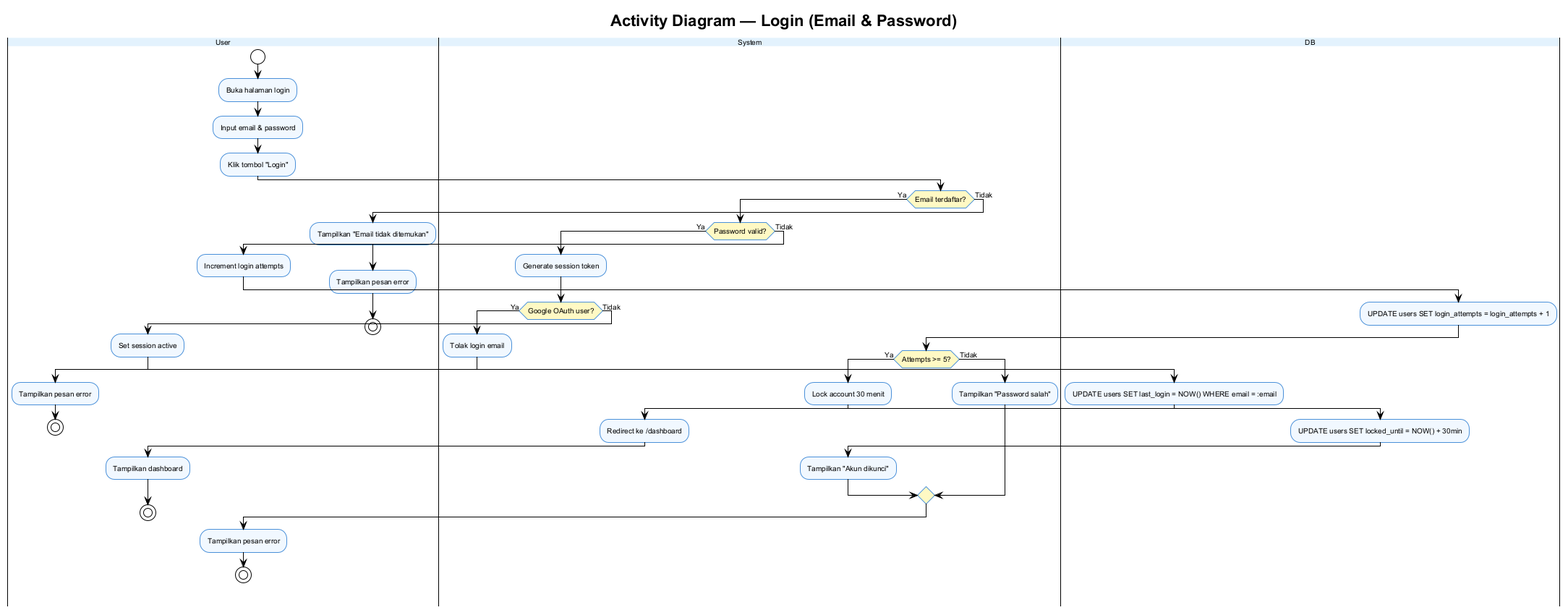
riandafatur28/sidigas-gaji-sopir-truck keeps this PlantUML diagram as diagrams/activity/activity-login.png. Above is the earlier version.
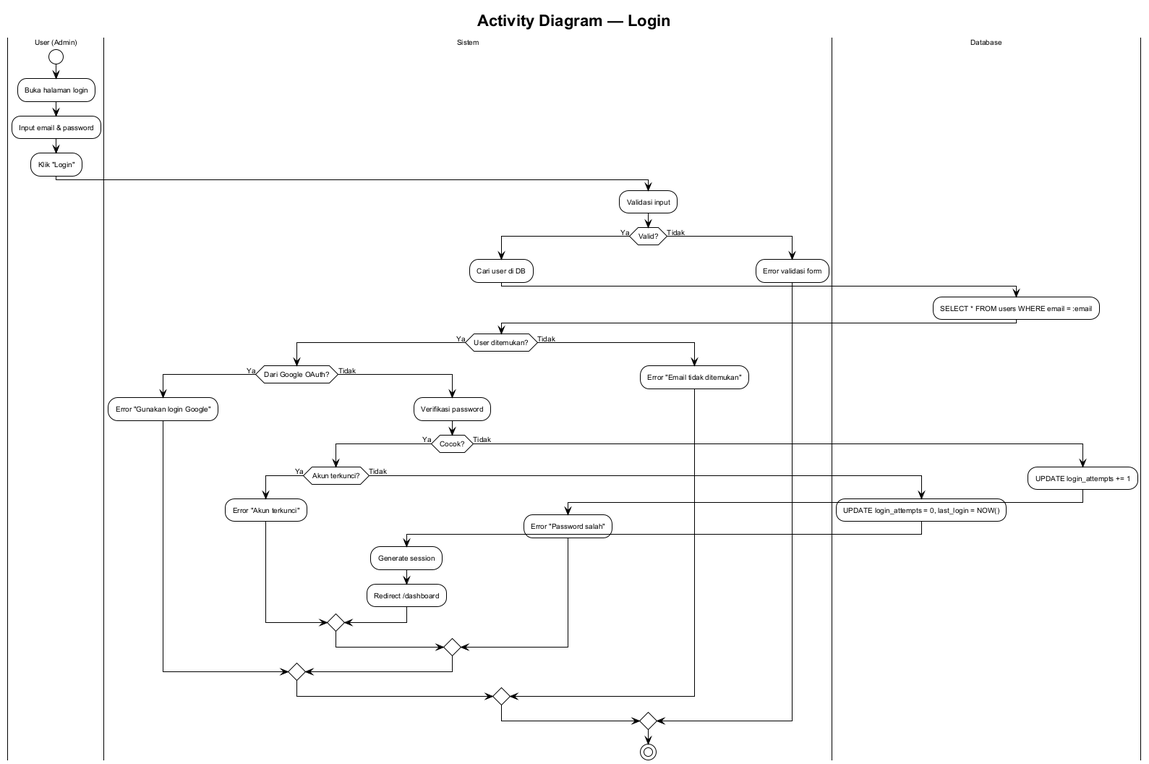
After the change.

What changed in the source:
```diff
@@ -3,66 +3,52 @@
 skinparam backgroundColor #ffffff
 skinparam defaultFontSize 10
 skinparam defaultFontName Arial
-skinparam activity {
-  BackgroundColor #F1F8FF
-  BorderColor #4A90D9
-  DiamondBackgroundColor #FFF9C4
-}
-skinparam swimlane {
-  BackgroundColor #FAFAFA
-  TitleBackgroundColor #E3F2FD
-}
 
-title Activity Diagram — Login (Email & Password)
+title Activity Diagram — Login
 
-|User|
+|User (Admin)|
 start
 :Buka halaman login;
 :Input email & password;
-:Klik tombol "Login";
+:Klik "Login";
 
-|System|
-if (Email terdaftar?) then (Ya)
-  if (Password valid?) then (Ya)
-    :Generate session token;
-    if (Google OAuth user?) then (Ya)
-      :Tolak login email;
-      |User|
-      :Tampilkan pesan error;
-      stop
+|Sistem|
+:Validasi input;
+if (Valid?) then (Ya)
+  :Cari user di DB;
+
+  |Database|
+  :SELECT * FROM users WHERE email = :email;
+
+  |Sistem|
+  if (User ditemukan?) then (Ya)
+    if (Dari Google OAuth?) then (Ya)
+      :Error "Gunakan login Google";
     else (Tidak)
-      :Set session active;
-      |DB|
-      :UPDATE users SET last_login = NOW() WHERE email = :email;
-      |System|
-      :Redirect ke /dashboard;
-      |User|
-      :Tampilkan dashboard;
-      stop
+      :Verifikasi password;
+      if (Cocok?) then (Ya)
+        if (Akun terkunci?) then (Ya)
+          :Error "Akun terkunci";
+        else (Tidak)
+          |Database|
+          :UPDATE login_attempts = 0, last_login = NOW();
+          |Sistem|
+          :Generate session;
+          :Redirect /dashboard;
+        endif
+      else (Tidak)
+        |Database|
+        :UPDATE login_attempts += 1;
+        |Sistem|
+        :Error "Password salah";
+      endif
     endif
   else (Tidak)
-    :Increment login attempts;
-    |DB|
-    :UPDATE users SET login_attempts = login_attempts + 1;
-    |System|
-    if (Attempts >= 5?) then (Ya)
-      :Lock account 30 menit;
-      |DB|
-      :UPDATE users SET locked_until = NOW() + 30min;
-      |System|
-      :Tampilkan "Akun dikunci";
-    else (Tidak)
-      :Tampilkan "Password salah";
-    endif
-    |User|
-    :Tampilkan pesan error;
-    stop
+    :Error "Email tidak ditemukan";
   endif
 else (Tidak)
-  :Tampilkan "Email tidak ditemukan";
-  |User|
-  :Tampilkan pesan error;
-  stop
+  :Error validasi form;
 endif
+stop
 
 @enduml
```
